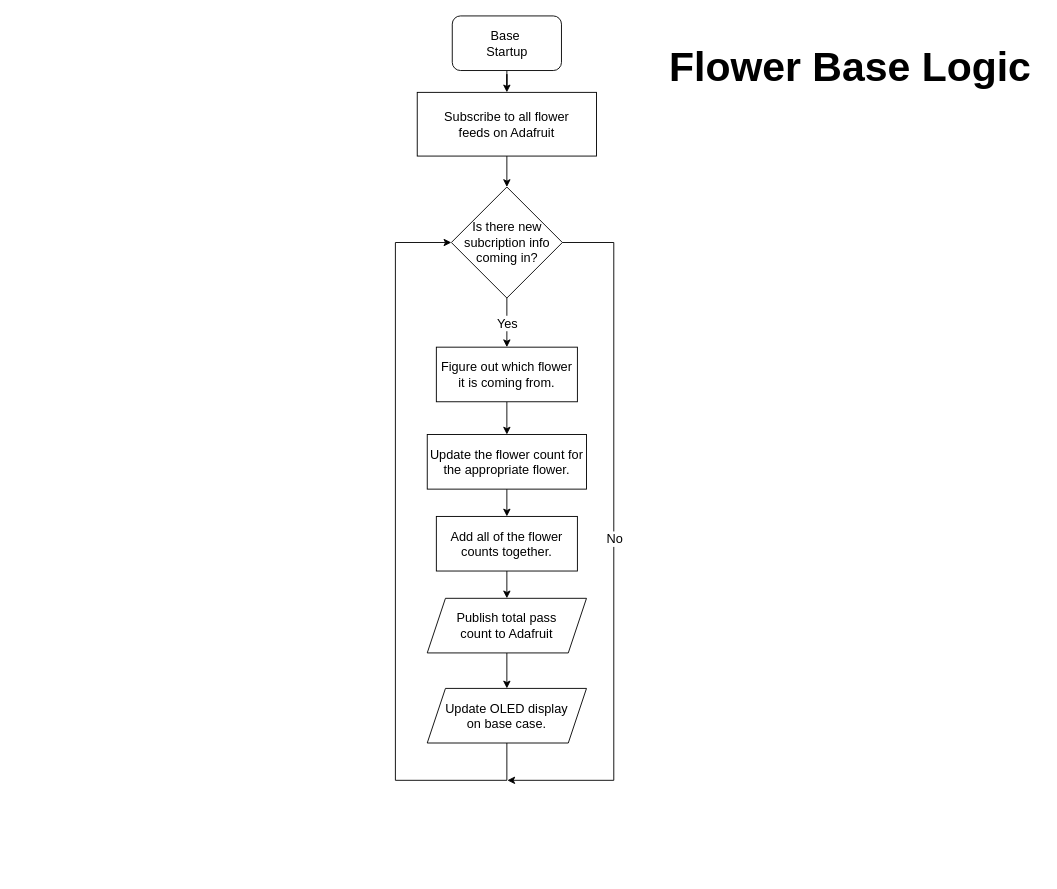
The draw.io diagram page "BaseLogic" (2 of 3) of Graphics/KindFlowerFlow.drawio in stromberg-DS/KindnessFlower, before the edit. Source tidied: cells renumbered, new cells numbered last; positions are measured from the earlier drawing's top-left corner, leaving out a move shared by most shapes. Both pictures are drawn from the tidied source at 91%, with x=0, y=0 at pixel (395, 15).
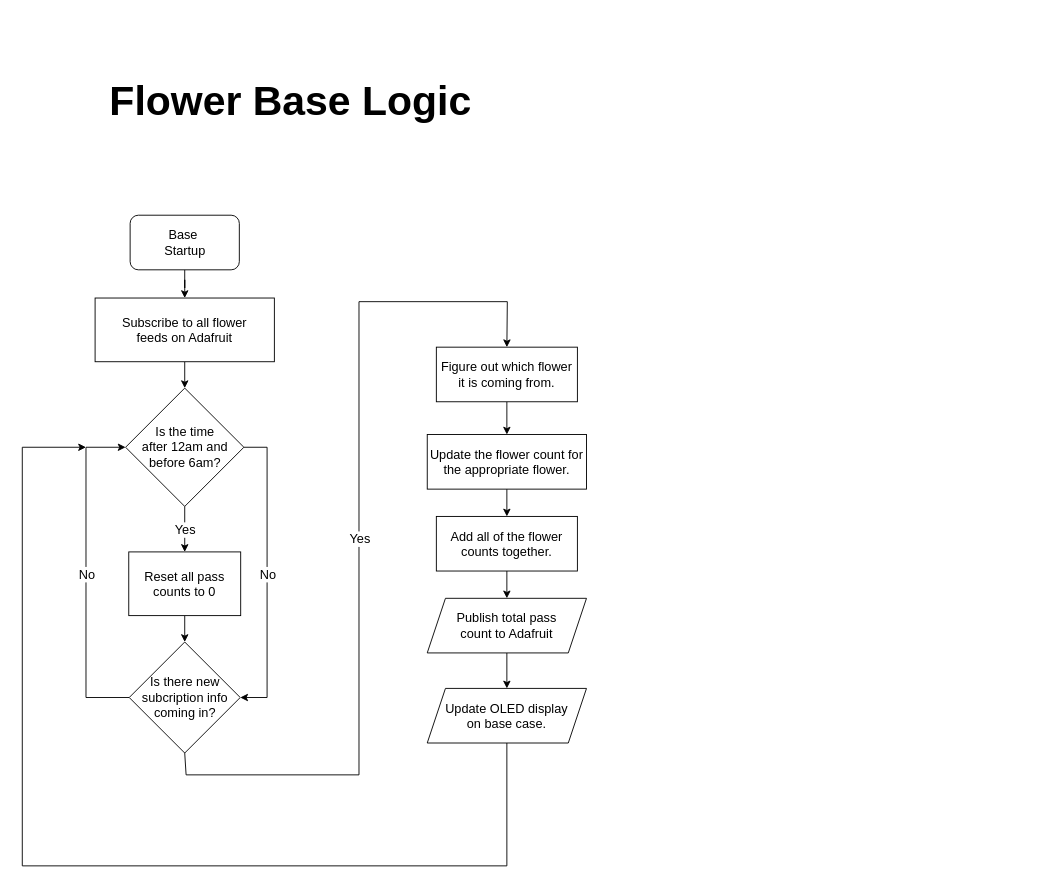
Above is the later version.

The change refers to these unchanged cells:
```xml
<mxCell id="9" value="Figure out which flower it is coming from." style="whiteSpace=wrap;html=1;fontSize=14;rounded=0;" parent="1" vertex="1">
  <mxGeometry x="45" y="364" width="155" height="60" as="geometry" />
</mxCell>
<mxCell id="19" value="Update OLED display&lt;div&gt;on base case.&lt;/div&gt;" style="shape=parallelogram;perimeter=parallelogramPerimeter;whiteSpace=wrap;html=1;fixedSize=1;fontSize=14;rounded=0;" parent="1" vertex="1">
  <mxGeometry x="35" y="739" width="175" height="60" as="geometry" />
</mxCell>
```

Change to the diagram source:
```diff
@@
     <mxCell id="2" value="&lt;span style=&quot;font-size: 45px;&quot;&gt;Flower Base Logic&lt;/span&gt;" style="text;html=1;align=center;verticalAlign=middle;whiteSpace=wrap;rounded=0;fontSize=32;fontStyle=1;" parent="1" vertex="1">
-      <mxGeometry x="290" y="28" width="420" height="56" as="geometry" />
+      <mxGeometry x="-325" y="65" width="420" height="56" as="geometry" />
     </mxCell>
@@
     <mxCell id="4" value="Base&amp;nbsp;&lt;div&gt;Startup&lt;/div&gt;" style="rounded=1;whiteSpace=wrap;html=1;fontSize=14;" parent="1" vertex="1">
-      <mxGeometry x="62.5" width="120" height="60" as="geometry" />
+      <mxGeometry x="-291.5" y="219" width="120" height="60" as="geometry" />
     </mxCell>
-    <mxCell id="5" style="edgeStyle=orthogonalEdgeStyle;rounded=0;jettySize=auto;html=1;exitX=0.5;exitY=1;exitDx=0;exitDy=0;entryX=0.5;entryY=0;entryDx=0;entryDy=0;" parent="1" edge="1" source="6" target="7">
-      <mxGeometry relative="1" as="geometry" />
-    </mxCell>
+    <mxCell id="22" style="edgeStyle=orthogonalEdgeStyle;rounded=0;jettySize=auto;html=1;exitX=0.5;exitY=1;exitDx=0;exitDy=0;entryX=0.5;entryY=0;entryDx=0;entryDy=0;" parent="1" edge="1" source="6" target="23">
+      <mxGeometry relative="1" as="geometry" />
+    </mxCell>
     <mxCell id="6" value="Subscribe to all flower&lt;div&gt;feeds on Adafruit&lt;/div&gt;" style="rounded=0;whiteSpace=wrap;html=1;fontSize=14;" parent="1" vertex="1">
-      <mxGeometry x="24" y="84" width="197" height="70" as="geometry" />
+      <mxGeometry x="-330" y="310" width="197" height="70" as="geometry" />
     </mxCell>
+    <mxCell id="23" value="Is the time&lt;div&gt;after&amp;nbsp;&lt;span style=&quot;background-color: initial;&quot;&gt;12am and&lt;/span&gt;&lt;div&gt;before 6am?&lt;/div&gt;&lt;/div&gt;" style="rhombus;whiteSpace=wrap;html=1;fontSize=14;rounded=0;" parent="1" vertex="1">
+      <mxGeometry x="-296.5" y="409" width="130" height="130" as="geometry" />
+    </mxCell>
+    <mxCell id="24" style="edgeStyle=orthogonalEdgeStyle;rounded=0;jettySize=auto;html=1;exitX=0.5;exitY=1;exitDx=0;exitDy=0;entryX=0.5;entryY=0;entryDx=0;entryDy=0;" parent="1" edge="1" source="25" target="7">
+      <mxGeometry relative="1" as="geometry" />
+    </mxCell>
+    <mxCell id="25" value="Reset all pass&lt;div&gt;counts to 0&lt;/div&gt;" style="rounded=0;whiteSpace=wrap;html=1;fontSize=14;" parent="1" vertex="1">
+      <mxGeometry x="-293" y="589" width="123" height="70" as="geometry" />
+    </mxCell>
     <mxCell id="7" value="Is there new subcription info coming in?" style="rhombus;whiteSpace=wrap;html=1;fontSize=14;rounded=0;" parent="1" vertex="1">
-      <mxGeometry x="61.5" y="188" width="122" height="122" as="geometry" />
+      <mxGeometry x="-292.5" y="688" width="122" height="122" as="geometry" />
     </mxCell>
@@
     <mxCell id="10" style="endArrow=classic;html=1;rounded=0;exitX=0.5;exitY=1;exitDx=0;exitDy=0;entryX=0.5;entryY=0;entryDx=0;entryDy=0;" parent="1" edge="1" source="7" target="9">
-      <mxGeometry relative="1" as="geometry" />
+      <mxGeometry relative="1" as="geometry">
+        <Array as="points">
+          <mxPoint x="-230" y="834" />
+          <mxPoint x="-40" y="834" />
+          <mxPoint x="-40" y="314" />
+          <mxPoint x="123" y="314" />
+        </Array>
+      </mxGeometry>
     </mxCell>
@@
-    <mxCell id="18" style="edgeStyle=orthogonalEdgeStyle;rounded=0;jettySize=auto;html=1;exitX=0.5;exitY=1;exitDx=0;exitDy=0;entryX=0;entryY=0.5;entryDx=0;entryDy=0;" parent="1" edge="1" source="19" target="7">
-      <mxGeometry relative="1" as="geometry">
-        <Array as="points">
-          <mxPoint x="123" y="840" />
-          <mxPoint y="840" />
-          <mxPoint y="249" />
-        </Array>
-      </mxGeometry>
-    </mxCell>
+    <mxCell id="26" style="edgeStyle=orthogonalEdgeStyle;rounded=0;jettySize=auto;html=1;exitX=0.5;exitY=1;exitDx=0;exitDy=0;" parent="1" edge="1" source="19">
+      <mxGeometry relative="1" as="geometry">
+        <mxPoint x="-340" y="474" as="targetPoint" />
+        <Array as="points">
+          <mxPoint x="123" y="934" />
+          <mxPoint x="-410" y="934" />
+          <mxPoint x="-410" y="474" />
+        </Array>
+      </mxGeometry>
+    </mxCell>
@@
-    <mxCell id="20" style="endArrow=classic;html=1;rounded=0;exitX=1;exitY=0.5;exitDx=0;exitDy=0;" parent="1" edge="1" source="7">
-      <mxGeometry relative="1" as="geometry">
-        <mxPoint x="123" y="840" as="targetPoint" />
-        <Array as="points">
-          <mxPoint x="240" y="249" />
-          <mxPoint x="240" y="840" />
-        </Array>
-      </mxGeometry>
-    </mxCell>
-    <mxCell id="21" value="&lt;font style=&quot;font-size: 14px;&quot;&gt;No&lt;/font&gt;" style="edgeLabel;html=1;align=center;verticalAlign=middle;" parent="20" vertex="1">
-      <mxGeometry relative="1" as="geometry" />
-    </mxCell>
+    <mxCell id="27" style="endArrow=classic;html=1;rounded=0;exitX=0.5;exitY=1;exitDx=0;exitDy=0;entryX=0.5;entryY=0;entryDx=0;entryDy=0;" parent="1" edge="1" source="23" target="25">
+      <mxGeometry relative="1" as="geometry" />
+    </mxCell>
+    <mxCell id="28" value="&lt;font style=&quot;font-size: 14px;&quot;&gt;Yes&lt;/font&gt;" style="edgeLabel;html=1;align=center;verticalAlign=middle;" parent="27" vertex="1">
+      <mxGeometry relative="1" as="geometry" />
+    </mxCell>
+    <mxCell id="29" style="endArrow=classic;html=1;rounded=0;exitX=1;exitY=0.5;exitDx=0;exitDy=0;entryX=1;entryY=0.5;entryDx=0;entryDy=0;" parent="1" edge="1" source="23" target="7">
+      <mxGeometry relative="1" as="geometry">
+        <Array as="points">
+          <mxPoint x="-141" y="474" />
+          <mxPoint x="-141" y="749" />
+        </Array>
+      </mxGeometry>
+    </mxCell>
+    <mxCell id="30" value="&lt;font style=&quot;font-size: 14px;&quot;&gt;No&lt;/font&gt;" style="edgeLabel;html=1;align=center;verticalAlign=middle;" parent="29" vertex="1">
+      <mxGeometry relative="1" as="geometry" />
+    </mxCell>
+    <mxCell id="31" style="endArrow=classic;html=1;rounded=0;exitX=0;exitY=0.5;exitDx=0;exitDy=0;entryX=0;entryY=0.5;entryDx=0;entryDy=0;" parent="1" edge="1" source="7" target="23">
+      <mxGeometry relative="1" as="geometry">
+        <Array as="points">
+          <mxPoint x="-340" y="749" />
+          <mxPoint x="-340" y="474" />
+        </Array>
+      </mxGeometry>
+    </mxCell>
+    <mxCell id="32" value="&lt;font style=&quot;font-size: 14px;&quot;&gt;No&lt;/font&gt;" style="edgeLabel;html=1;align=center;verticalAlign=middle;" parent="31" vertex="1">
+      <mxGeometry relative="1" as="geometry" />
+    </mxCell>
```
